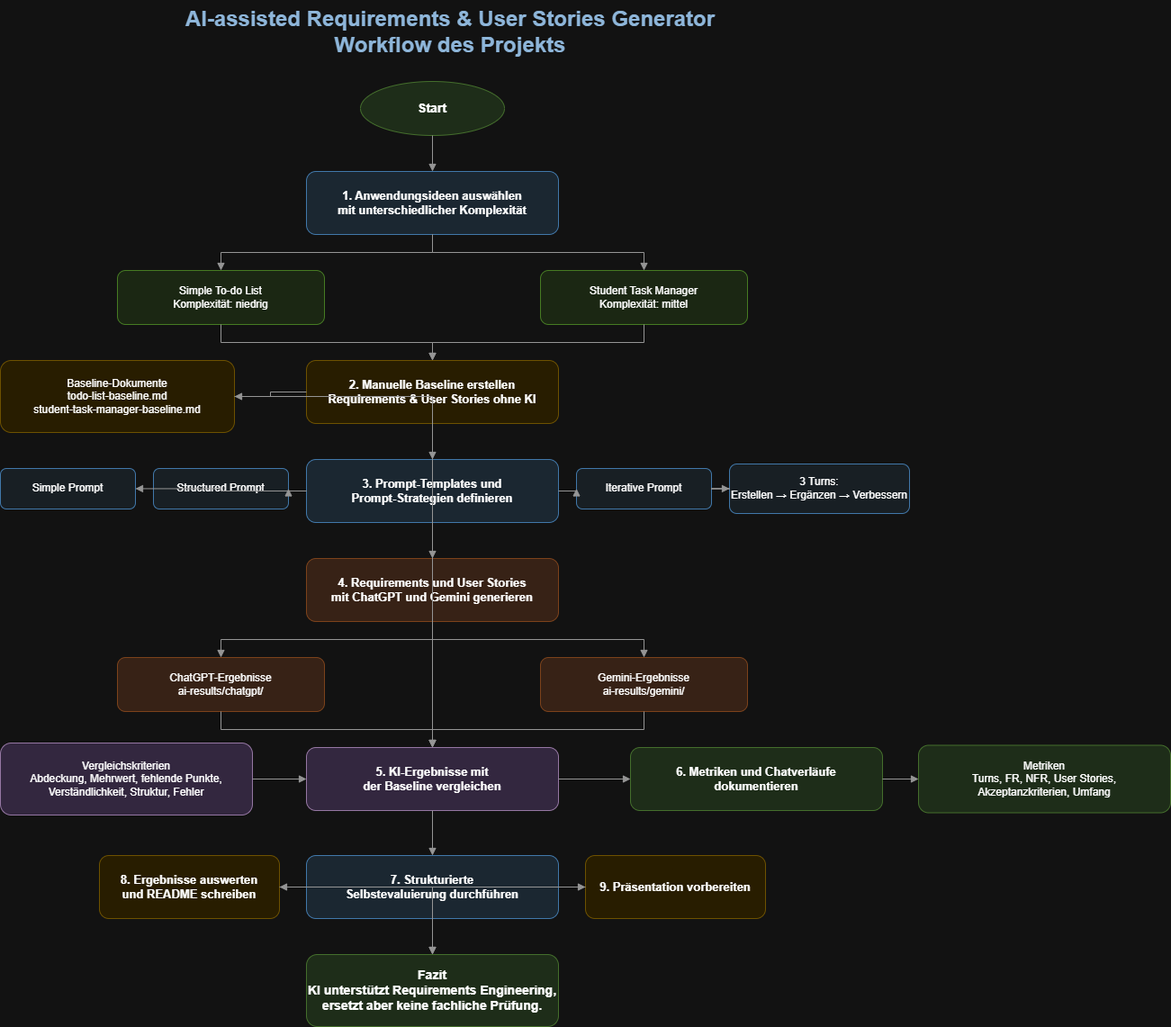
Above: presentation/workflow.drawio.png in kis4-2026ss/projekt-g1-berghofer-boettger (draw.io), before the change. Source tidied: cells renumbered, new cells last; positions are measured from the earlier drawing's top-left corner, leaving out a move shared by most shapes.
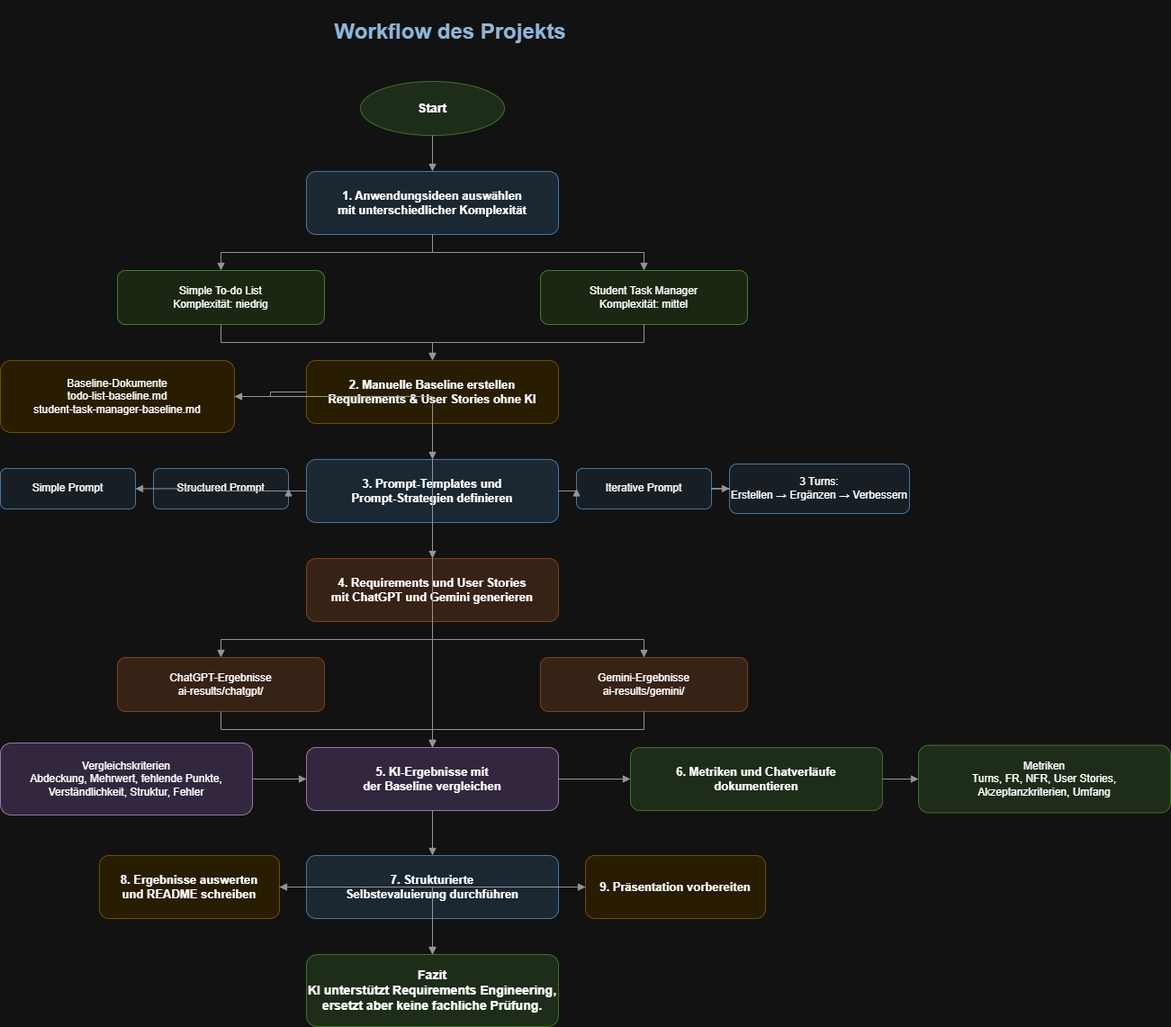
Later version of the same file.

Diff of the diagram source:
```diff
@@ -2,7 +2,7 @@
   <root>
     <mxCell id="0" />
     <mxCell id="1" parent="0" />
-    <mxCell id="2" value="AI-assisted Requirements &amp; User Stories Generator&#10;Workflow des Projekts" style="text;html=1;strokeColor=none;fillColor=none;align=center;verticalAlign=middle;whiteSpace=wrap;rounded=0;fontSize=24;fontStyle=1;fontColor=#1F4E78;" parent="1" vertex="1">
+    <mxCell id="2" value="Workflow des Projekts" style="text;html=1;strokeColor=none;fillColor=none;align=center;verticalAlign=middle;whiteSpace=wrap;rounded=0;fontSize=24;fontStyle=1;fontColor=#1F4E78;" parent="1" vertex="1">
       <mxGeometry x="120" width="760" height="70" as="geometry" />
     </mxCell>
     <mxCell id="3" value="Start" style="ellipse;whiteSpace=wrap;html=1;fillColor=#D9EAD3;strokeColor=#82B366;fontSize=14;fontStyle=1;" parent="1" vertex="1">
```
